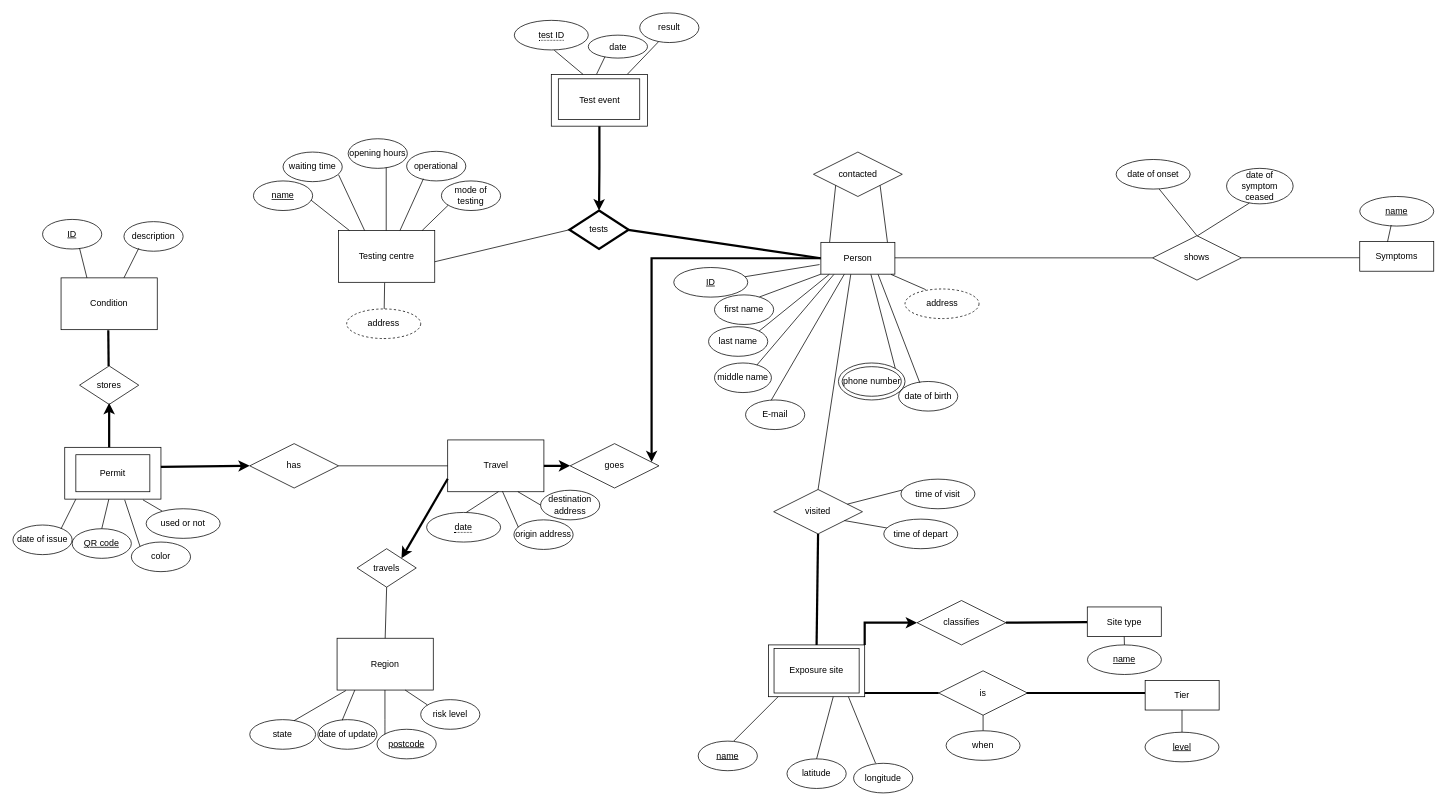
Earlier version of the draw.io diagram Untitled Diagram.drawio (pingtingw/info20003). Source tidied: cells renumbered, new cells numbered last; positions are measured from the earlier drawing's top-left corner, leaving out a move shared by most shapes. Both pictures are drawn from the tidied source at 74%, with x=0, y=0 at pixel (13, 13).
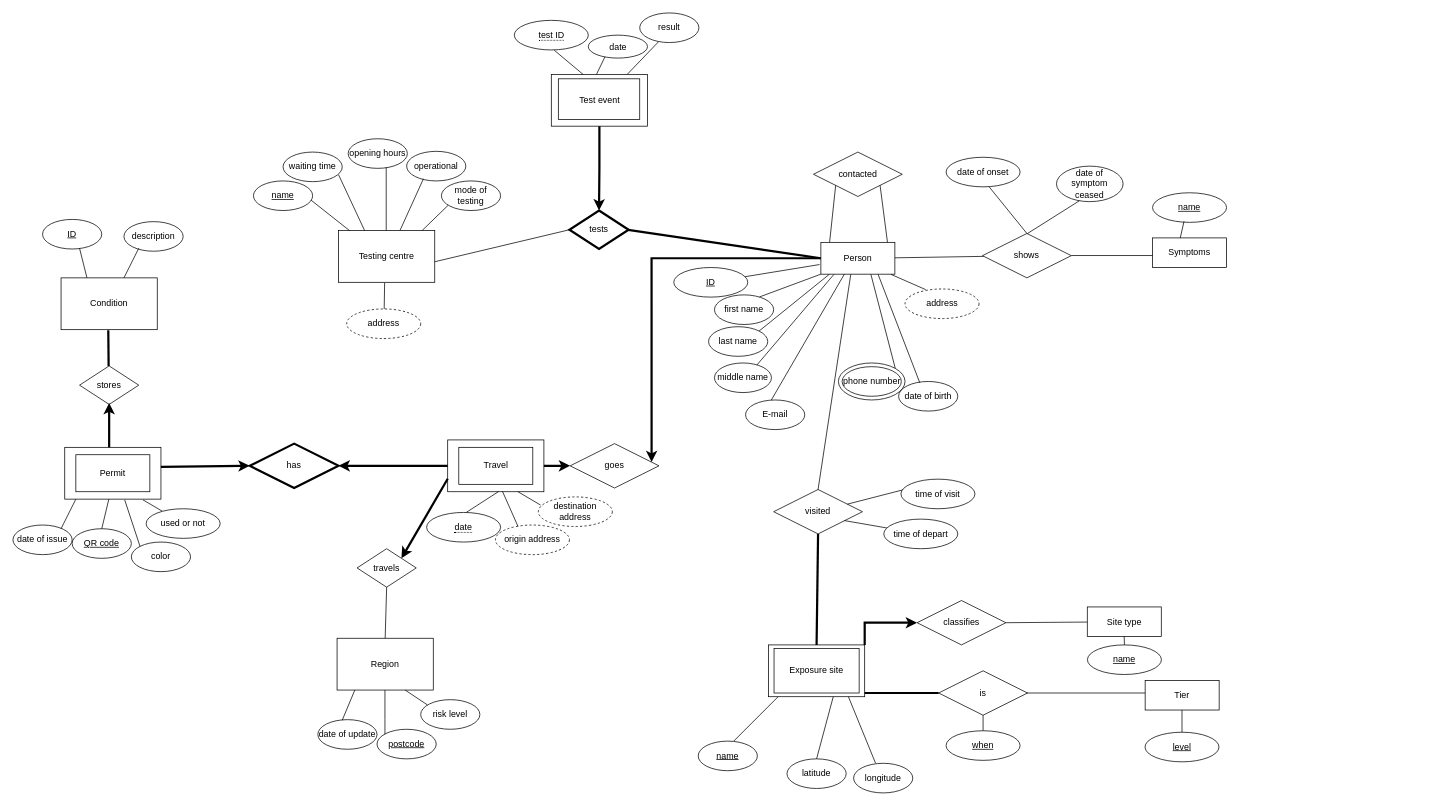
The same diagram, later.

Unchanged cells that the change refers to:
```xml
<mxCell id="34" value="Travel" style="rounded=0;whiteSpace=wrap;html=1;fillColor=none;" parent="1" vertex="1">
  <mxGeometry x="587.5" y="577" width="130" height="70" as="geometry" />
</mxCell>
<mxCell id="41" value="Region" style="rounded=0;whiteSpace=wrap;html=1;fillColor=none;" parent="1" vertex="1">
  <mxGeometry x="438" y="845" width="130" height="70" as="geometry" />
</mxCell>
<mxCell id="103" value="classifies" style="shape=rhombus;perimeter=rhombusPerimeter;whiteSpace=wrap;html=1;align=center;strokeWidth=1;" parent="1" vertex="1">
  <mxGeometry x="1221.8" y="794" width="120" height="60" as="geometry" />
</mxCell>
<mxCell id="105" value="Site type" style="whiteSpace=wrap;html=1;align=center;strokeWidth=1;" parent="1" vertex="1">
  <mxGeometry x="1451.8" y="802.7" width="100" height="40" as="geometry" />
</mxCell>
```

Change to the diagram source:
```diff
@@
+    <mxCell id="131" style="edgeStyle=orthogonalEdgeStyle;rounded=0;jettySize=auto;html=1;strokeWidth=3;" parent="1" edge="1" source="34">
+      <mxGeometry relative="1" as="geometry">
+        <mxPoint x="440" y="612" as="targetPoint" />
+      </mxGeometry>
+    </mxCell>
@@
-    <mxCell id="38" value="origin address" style="ellipse;whiteSpace=wrap;html=1;fillColor=none;gradientColor=none;" parent="1" vertex="1">
-      <mxGeometry x="677" y="685" width="80" height="40" as="geometry" />
-    </mxCell>
-    <mxCell id="39" value="destination address" style="ellipse;whiteSpace=wrap;html=1;fillColor=none;gradientColor=none;" parent="1" vertex="1">
-      <mxGeometry x="713" y="645" width="80" height="40" as="geometry" />
-    </mxCell>
@@
     <mxCell id="86" value="shows" style="shape=rhombus;perimeter=rhombusPerimeter;whiteSpace=wrap;html=1;align=center;strokeWidth=1;" parent="1" vertex="1">
-      <mxGeometry x="1540" y="301" width="120" height="60" as="geometry" />
+      <mxGeometry x="1310.2" y="298" width="120" height="60" as="geometry" />
     </mxCell>
     <mxCell id="87" style="endArrow=none;html=1;rounded=0;" parent="1" edge="1">
       <mxGeometry relative="1" as="geometry">
-        <mxPoint x="1660" y="330.8" as="sourcePoint" />
-        <mxPoint x="1820" y="330.8" as="targetPoint" />
+        <mxPoint x="1430.2" y="327.8" as="sourcePoint" />
+        <mxPoint x="1590.2" y="327.8" as="targetPoint" />
       </mxGeometry>
     </mxCell>
     <mxCell id="88" value="Symptoms" style="whiteSpace=wrap;html=1;align=center;strokeWidth=1;" parent="1" vertex="1">
-      <mxGeometry x="1820" y="309" width="100" height="40" as="geometry" />
+      <mxGeometry x="1540" y="304" width="99.8" height="40" as="geometry" />
     </mxCell>
     <mxCell id="89" style="endArrow=none;html=1;rounded=0;exitX=0.5;exitY=0;exitDx=0;exitDy=0;" parent="1" edge="1" source="86">
       <mxGeometry relative="1" as="geometry">
-        <mxPoint x="1549" y="238" as="targetPoint" />
+        <mxPoint x="1319.2" y="235" as="targetPoint" />
       </mxGeometry>
     </mxCell>
     <mxCell id="90" value="date of onset" style="ellipse;whiteSpace=wrap;html=1;align=center;strokeWidth=1;" parent="1" vertex="1">
-      <mxGeometry x="1490.8" y="198" width="100" height="40" as="geometry" />
+      <mxGeometry x="1261" y="195" width="100" height="40" as="geometry" />
     </mxCell>
@@
     <mxCell id="93" value="date of symptom ceased" style="ellipse;whiteSpace=wrap;html=1;fillColor=none;gradientColor=none;" parent="1" vertex="1">
-      <mxGeometry x="1640" y="210" width="90" height="48" as="geometry" />
+      <mxGeometry x="1410.2" y="207" width="90" height="48" as="geometry" />
     </mxCell>
@@
     <mxCell id="95" value="name" style="ellipse;whiteSpace=wrap;html=1;align=center;fontStyle=4;strokeWidth=1;" parent="1" vertex="1">
-      <mxGeometry x="1820" y="248" width="100" height="40" as="geometry" />
+      <mxGeometry x="1540" y="243" width="100" height="40" as="geometry" />
     </mxCell>
@@
-    <mxCell id="104" style="endArrow=none;html=1;rounded=0;strokeWidth=3;exitX=1;exitY=0.5;exitDx=0;exitDy=0;" parent="1" edge="1" source="103" target="105">
+    <mxCell id="104" style="endArrow=none;html=1;rounded=0;strokeWidth=1;exitX=1;exitY=0.5;exitDx=0;exitDy=0;" parent="1" edge="1" source="103" target="105">
       <mxGeometry relative="1" as="geometry" />
     </mxCell>
@@
-    <mxCell id="110" style="endArrow=none;html=1;rounded=0;strokeWidth=3;" parent="1" edge="1">
+    <mxCell id="110" style="endArrow=none;html=1;rounded=0;strokeWidth=1;" parent="1" edge="1">
       <mxGeometry relative="1" as="geometry">
         <mxPoint x="1370" y="919" as="sourcePoint" />
         <mxPoint x="1530" y="919" as="targetPoint" />
       </mxGeometry>
     </mxCell>
@@
-    <mxCell id="115" value="when" style="ellipse;whiteSpace=wrap;html=1;align=center;strokeWidth=1;" parent="1" vertex="1">
+    <mxCell id="115" value="&lt;u&gt;when&lt;/u&gt;" style="ellipse;whiteSpace=wrap;html=1;align=center;strokeWidth=1;" parent="1" vertex="1">
       <mxGeometry x="1261" y="970" width="100" height="40" as="geometry" />
     </mxCell>
@@
-    <mxCell id="120" value="state" style="ellipse;whiteSpace=wrap;html=1;align=center;strokeWidth=1;" parent="1" vertex="1">
-      <mxGeometry x="320" y="955" width="89" height="40" as="geometry" />
-    </mxCell>
-    <mxCell id="121" style="endArrow=none;html=1;rounded=0;strokeWidth=1;exitX=0.673;exitY=0.035;exitDx=0;exitDy=0;exitPerimeter=0;entryX=0.092;entryY=1.009;entryDx=0;entryDy=0;entryPerimeter=0;" parent="1" edge="1" source="120" target="41">
-      <mxGeometry relative="1" as="geometry" />
-    </mxCell>
@@
-    <mxCell id="123" value="has" style="shape=rhombus;perimeter=rhombusPerimeter;whiteSpace=wrap;html=1;align=center;strokeWidth=1;" parent="1" vertex="1">
+    <mxCell id="123" value="has" style="shape=rhombus;perimeter=rhombusPerimeter;whiteSpace=wrap;html=1;align=center;strokeWidth=3;" parent="1" vertex="1">
       <mxGeometry x="320" y="582" width="120" height="60" as="geometry" />
     </mxCell>
-    <mxCell id="124" style="endArrow=none;html=1;rounded=0;strokeWidth=1;exitX=1;exitY=0.5;exitDx=0;exitDy=0;entryX=0;entryY=0.5;entryDx=0;entryDy=0;" parent="1" edge="1" source="123" target="34">
-      <mxGeometry relative="1" as="geometry" />
-    </mxCell>
@@
+    <mxCell id="132" style="rounded=0;whiteSpace=wrap;html=1;fillColor=none;" parent="1" vertex="1">
+      <mxGeometry x="602.5" y="587" width="100" height="50" as="geometry" />
+    </mxCell>
+    <mxCell id="38" value="origin address" style="ellipse;whiteSpace=wrap;html=1;align=center;dashed=1;strokeWidth=1;" parent="1" vertex="1">
+      <mxGeometry x="652" y="692" width="100" height="40" as="geometry" />
+    </mxCell>
+    <mxCell id="39" value="destination address" style="ellipse;whiteSpace=wrap;html=1;align=center;dashed=1;strokeWidth=1;" parent="1" vertex="1">
+      <mxGeometry x="710" y="654" width="100" height="40" as="geometry" />
+    </mxCell>
```
